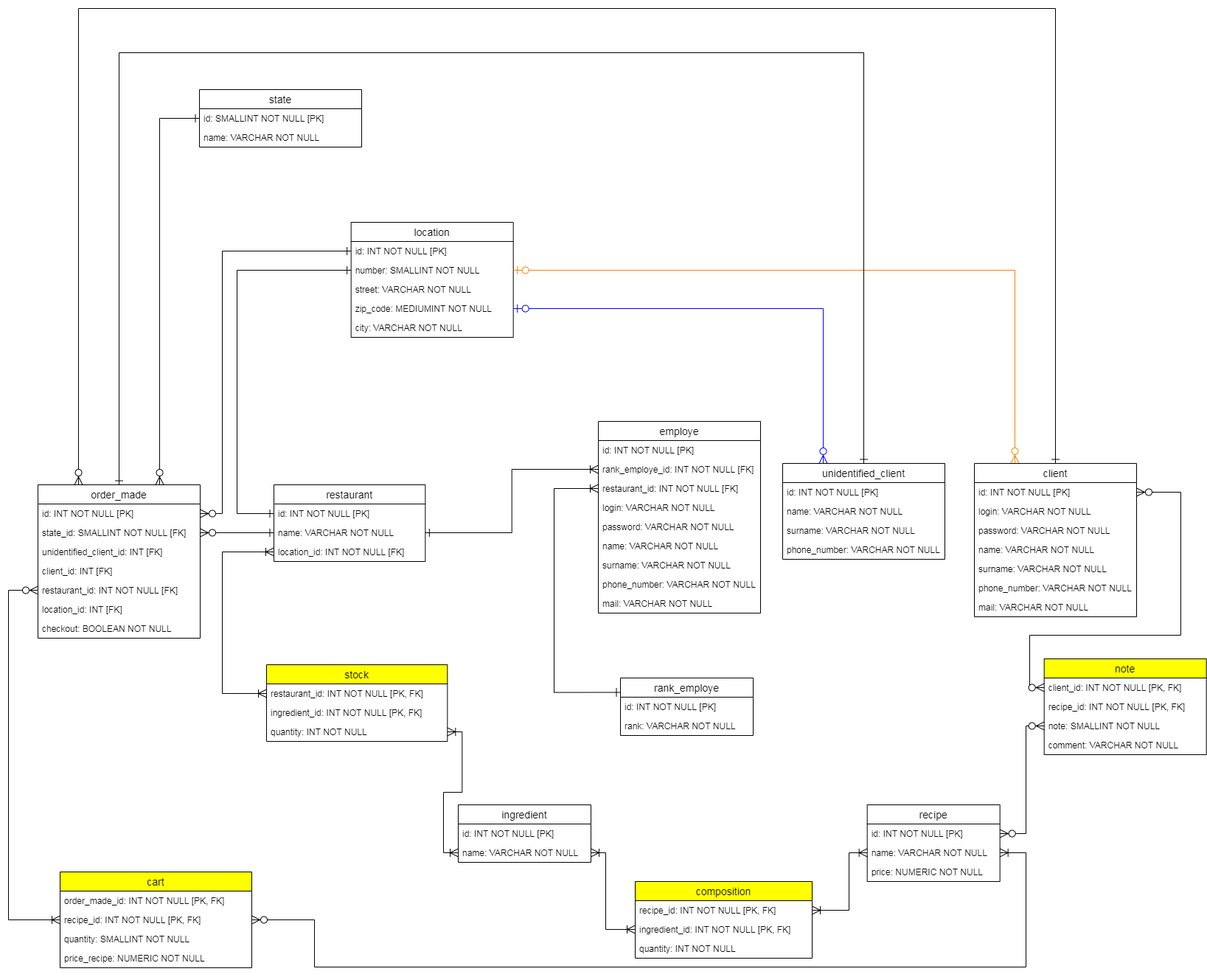
This is ER diagram.png from damien-devpy/OC-P6, a draw.io export, as it was before one commit. Source tidied: cells renumbered, new cells last; positions are measured from the earlier drawing's top-left corner, leaving out a move shared by most shapes.
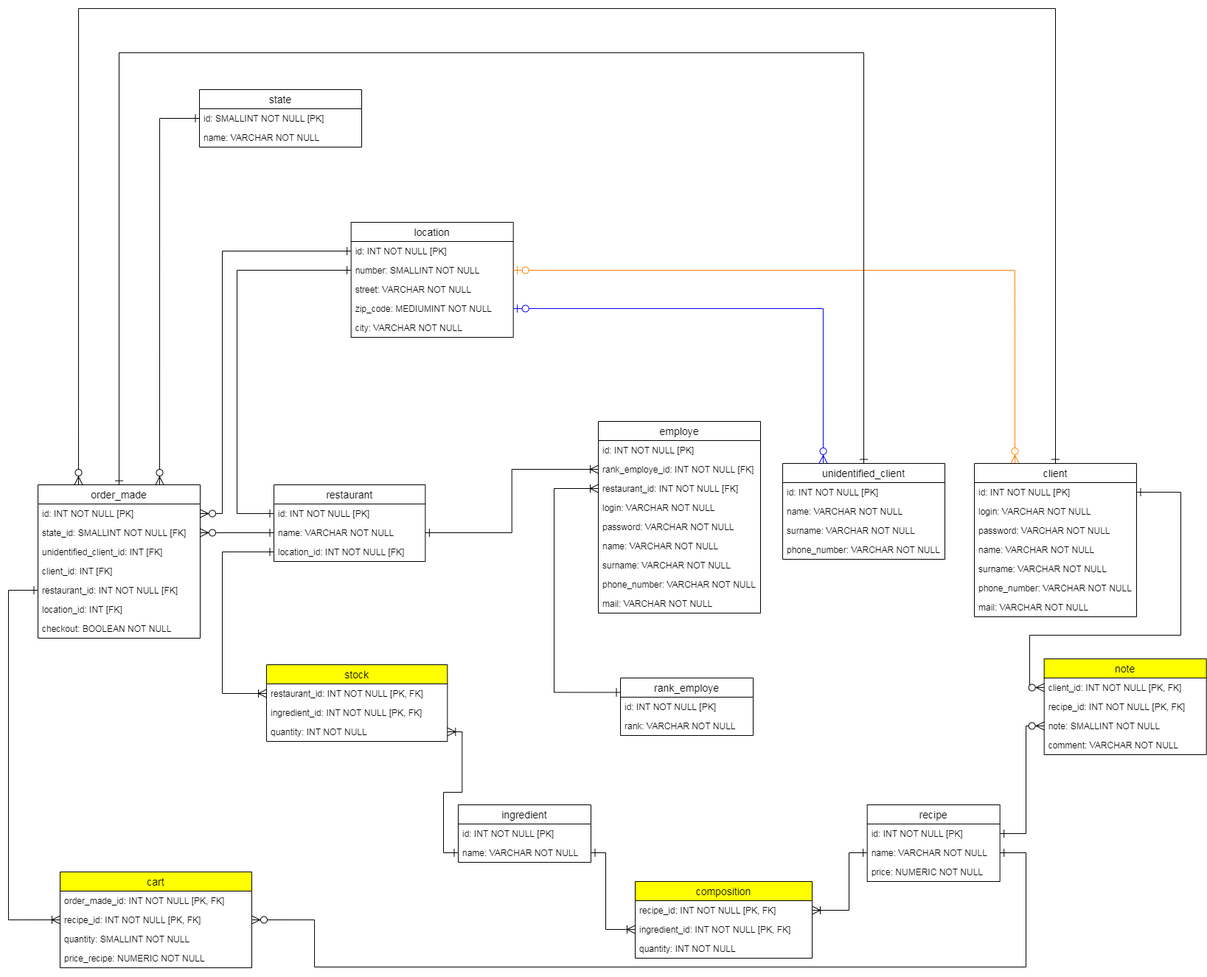
Later version of the same file.

What changed in the source:
```diff
@@ -18,7 +18,7 @@
         <mxPoint x="260" y="711" as="targetPoint" />
       </mxGeometry>
     </mxCell>
-    <mxCell id="5" style="edgeStyle=orthogonalEdgeStyle;rounded=0;jettySize=auto;html=1;exitX=0;exitY=0.5;exitDx=0;exitDy=0;entryX=0;entryY=0.5;entryDx=0;entryDy=0;endArrow=ERoneToMany;endFill=0;startArrow=ERoneToMany;startFill=0;endSize=9;startSize=9;" parent="1" edge="1" source="36" target="38">
+    <mxCell id="5" style="edgeStyle=orthogonalEdgeStyle;rounded=0;jettySize=auto;html=1;exitX=0;exitY=0.5;exitDx=0;exitDy=0;entryX=0;entryY=0.5;entryDx=0;entryDy=0;endArrow=ERoneToMany;endFill=0;startArrow=ERone;startFill=0;endSize=9;startSize=9;" parent="1" edge="1" source="36" target="38">
       <mxGeometry relative="1" as="geometry">
         <Array as="points">
           <mxPoint x="290" y="737" />
@@ -26,10 +26,10 @@
         </Array>
       </mxGeometry>
     </mxCell>
-    <mxCell id="6" style="edgeStyle=orthogonalEdgeStyle;rounded=0;jettySize=auto;html=1;exitX=1;exitY=0.5;exitDx=0;exitDy=0;entryX=0;entryY=0.5;entryDx=0;entryDy=0;endArrow=ERoneToMany;endFill=0;startArrow=ERoneToMany;startFill=0;endSize=9;startSize=9;" parent="1" edge="1" source="40" target="52">
+    <mxCell id="6" style="edgeStyle=orthogonalEdgeStyle;rounded=0;jettySize=auto;html=1;exitX=1;exitY=0.5;exitDx=0;exitDy=0;entryX=0;entryY=0.5;entryDx=0;entryDy=0;endArrow=ERone;endFill=0;startArrow=ERoneToMany;startFill=0;endSize=9;startSize=9;" parent="1" edge="1" source="40" target="52">
       <mxGeometry relative="1" as="geometry" />
     </mxCell>
-    <mxCell id="7" style="edgeStyle=orthogonalEdgeStyle;rounded=0;jettySize=auto;html=1;exitX=1;exitY=0.5;exitDx=0;exitDy=0;entryX=0;entryY=0.5;entryDx=0;entryDy=0;startArrow=ERoneToMany;startFill=0;endArrow=ERoneToMany;endFill=0;endSize=9;startSize=9;" parent="1" edge="1" source="52" target="55">
+    <mxCell id="7" style="edgeStyle=orthogonalEdgeStyle;rounded=0;jettySize=auto;html=1;exitX=1;exitY=0.5;exitDx=0;exitDy=0;entryX=0;entryY=0.5;entryDx=0;entryDy=0;startArrow=ERone;startFill=0;endArrow=ERoneToMany;endFill=0;endSize=9;startSize=9;" parent="1" edge="1" source="52" target="55">
       <mxGeometry relative="1" as="geometry">
         <Array as="points">
           <mxPoint x="810" y="1145" />
@@ -37,7 +37,7 @@
         </Array>
       </mxGeometry>
     </mxCell>
-    <mxCell id="8" style="edgeStyle=orthogonalEdgeStyle;rounded=0;jettySize=auto;html=1;exitX=1;exitY=0.5;exitDx=0;exitDy=0;entryX=0;entryY=0.5;entryDx=0;entryDy=0;startArrow=ERoneToMany;startFill=0;endArrow=ERoneToMany;endFill=0;endSize=9;startSize=9;" parent="1" edge="1" source="54" target="48">
+    <mxCell id="8" style="edgeStyle=orthogonalEdgeStyle;rounded=0;jettySize=auto;html=1;exitX=1;exitY=0.5;exitDx=0;exitDy=0;entryX=0;entryY=0.5;entryDx=0;entryDy=0;startArrow=ERoneToMany;startFill=0;endArrow=ERone;endFill=0;endSize=9;startSize=9;" parent="1" edge="1" source="54" target="48">
       <mxGeometry relative="1" as="geometry">
         <Array as="points">
           <mxPoint x="1140" y="1223" />
@@ -45,7 +45,7 @@
         </Array>
       </mxGeometry>
     </mxCell>
-    <mxCell id="9" style="edgeStyle=orthogonalEdgeStyle;rounded=0;jettySize=auto;html=1;exitX=0;exitY=0.5;exitDx=0;exitDy=0;entryX=1;entryY=0.5;entryDx=0;entryDy=0;startArrow=ERzeroToMany;startFill=1;endArrow=ERzeroToMany;endFill=1;endSize=9;startSize=9;" parent="1" edge="1" source="14" target="78">
+    <mxCell id="9" style="edgeStyle=orthogonalEdgeStyle;rounded=0;jettySize=auto;html=1;exitX=0;exitY=0.5;exitDx=0;exitDy=0;entryX=1;entryY=0.5;entryDx=0;entryDy=0;startArrow=ERzeroToMany;startFill=1;endArrow=ERone;endFill=0;endSize=9;startSize=9;" parent="1" edge="1" source="14" target="78">
       <mxGeometry relative="1" as="geometry">
         <Array as="points">
           <mxPoint x="1385" y="921" />
@@ -55,7 +55,7 @@
         </Array>
       </mxGeometry>
     </mxCell>
-    <mxCell id="10" style="edgeStyle=orthogonalEdgeStyle;rounded=0;jettySize=auto;html=1;exitX=0;exitY=0.5;exitDx=0;exitDy=0;entryX=1;entryY=0.5;entryDx=0;entryDy=0;startArrow=ERzeroToMany;startFill=1;endArrow=ERzeroToMany;endFill=1;endSize=9;startSize=9;" parent="1" edge="1" source="16" target="47">
+    <mxCell id="10" style="edgeStyle=orthogonalEdgeStyle;rounded=0;jettySize=auto;html=1;exitX=0;exitY=0.5;exitDx=0;exitDy=0;entryX=1;entryY=0.5;entryDx=0;entryDy=0;startArrow=ERzeroToMany;startFill=1;endArrow=ERone;endFill=0;endSize=9;startSize=9;" parent="1" edge="1" source="16" target="47">
       <mxGeometry relative="1" as="geometry">
         <Array as="points">
           <mxPoint x="1380" y="973" />
@@ -63,7 +63,7 @@
         </Array>
       </mxGeometry>
     </mxCell>
-    <mxCell id="11" style="edgeStyle=orthogonalEdgeStyle;rounded=0;jettySize=auto;html=1;entryX=0;entryY=0.5;entryDx=0;entryDy=0;startArrow=ERoneToMany;startFill=0;endArrow=ERzeroToMany;endFill=1;exitX=0;exitY=0.5;exitDx=0;exitDy=0;endSize=9;startSize=9;" parent="1" edge="1" source="43" target="30">
+    <mxCell id="11" style="edgeStyle=orthogonalEdgeStyle;rounded=0;jettySize=auto;html=1;entryX=0;entryY=0.5;entryDx=0;entryDy=0;startArrow=ERoneToMany;startFill=0;endArrow=ERone;endFill=0;exitX=0;exitY=0.5;exitDx=0;exitDy=0;endSize=9;startSize=9;" parent="1" edge="1" source="43" target="30">
       <mxGeometry relative="1" as="geometry">
         <Array as="points">
           <mxPoint y="1236" />
@@ -71,7 +71,7 @@
         </Array>
       </mxGeometry>
     </mxCell>
-    <mxCell id="12" style="edgeStyle=orthogonalEdgeStyle;rounded=0;jettySize=auto;html=1;exitX=1;exitY=0.5;exitDx=0;exitDy=0;startArrow=ERzeroToMany;startFill=1;endArrow=ERoneToMany;endFill=0;entryX=1;entryY=0.5;entryDx=0;entryDy=0;strokeWidth=1;endSize=9;startSize=9;" parent="1" edge="1" source="43" target="48">
+    <mxCell id="12" style="edgeStyle=orthogonalEdgeStyle;rounded=0;jettySize=auto;html=1;exitX=1;exitY=0.5;exitDx=0;exitDy=0;startArrow=ERzeroToMany;startFill=1;endArrow=ERone;endFill=0;entryX=1;entryY=0.5;entryDx=0;entryDy=0;strokeWidth=1;endSize=9;startSize=9;" parent="1" edge="1" source="43" target="48">
       <mxGeometry relative="1" as="geometry">
         <Array as="points">
           <mxPoint x="415" y="1236" />
```
